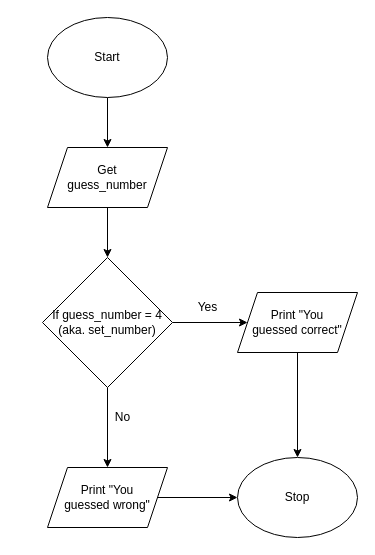
Andrew-Ten-Den/ICS3U-Unit3-03-Python keeps this draw.io diagram as flowchart.drawio. Above is the earlier version. Source tidied: cells renumbered, new cells numbered last; positions are measured from the earlier drawing's top-left corner, leaving out a move shared by most shapes. Both pictures are drawn from the tidied source at 100%, with x=0, y=0 at pixel (42, 17).
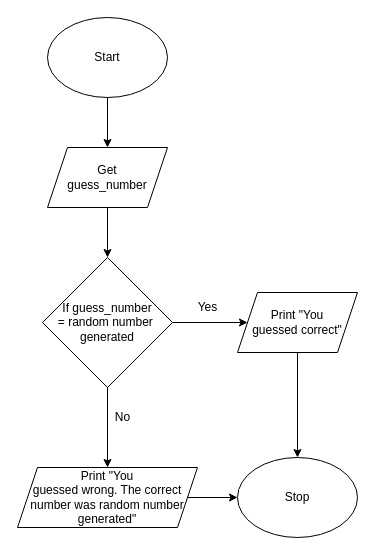
Above is the later version.

Commit message (it also covers changes not shown here):
added flow and topdown

Diff of the diagram source:
```diff
@@
 <mxGraphModel>
   <root>
     <mxCell id="0" />
     <mxCell id="1" parent="0" />
     <mxCell id="2" style="edgeStyle=none;html=1;entryX=0.5;entryY=0;entryDx=0;entryDy=0;" parent="1" edge="1" source="3" target="5">
       <mxGeometry relative="1" as="geometry" />
     </mxCell>
     <mxCell id="3" value="Start" style="ellipse;whiteSpace=wrap;html=1;" parent="1" vertex="1">
       <mxGeometry x="5" width="120" height="80" as="geometry" />
     </mxCell>
     <mxCell id="4" style="edgeStyle=none;html=1;entryX=0.5;entryY=0;entryDx=0;entryDy=0;" parent="1" edge="1" source="5" target="9">
       <mxGeometry relative="1" as="geometry" />
     </mxCell>
     <mxCell id="5" value="Get &lt;br&gt;guess_number" style="shape=parallelogram;perimeter=parallelogramPerimeter;whiteSpace=wrap;html=1;fixedSize=1;" parent="1" vertex="1">
       <mxGeometry x="5" y="130" width="120" height="60" as="geometry" />
     </mxCell>
     <mxCell id="6" value="Stop" style="ellipse;whiteSpace=wrap;html=1;" parent="1" vertex="1">
       <mxGeometry x="195" y="440" width="120" height="80" as="geometry" />
     </mxCell>
     <mxCell id="7" style="edgeStyle=none;html=1;entryX=0.5;entryY=0;entryDx=0;entryDy=0;" parent="1" edge="1" source="9" target="13">
       <mxGeometry relative="1" as="geometry" />
     </mxCell>
     <mxCell id="8" style="edgeStyle=none;html=1;entryX=0;entryY=0.5;entryDx=0;entryDy=0;" parent="1" edge="1" source="9" target="11">
       <mxGeometry relative="1" as="geometry" />
     </mxCell>
-    <mxCell id="9" value="If guess_number = 4 (aka. set_number)" style="rhombus;whiteSpace=wrap;html=1;" parent="1" vertex="1">
+    <mxCell id="9" value="If guess_number &lt;br&gt;= random number&amp;nbsp;&lt;br&gt;generated" style="rhombus;whiteSpace=wrap;html=1;" parent="1" vertex="1">
       <mxGeometry y="240" width="130" height="130" as="geometry" />
     </mxCell>
     <mxCell id="10" style="edgeStyle=none;html=1;entryX=0.5;entryY=0;entryDx=0;entryDy=0;" parent="1" edge="1" source="11" target="6">
       <mxGeometry relative="1" as="geometry" />
     </mxCell>
     <mxCell id="11" value="Print &quot;You &lt;br&gt;guessed correct&quot;" style="shape=parallelogram;perimeter=parallelogramPerimeter;whiteSpace=wrap;html=1;fixedSize=1;" parent="1" vertex="1">
       <mxGeometry x="195" y="275" width="120" height="60" as="geometry" />
     </mxCell>
     <mxCell id="12" style="edgeStyle=none;html=1;entryX=0;entryY=0.5;entryDx=0;entryDy=0;" parent="1" edge="1" source="13" target="6">
       <mxGeometry relative="1" as="geometry" />
     </mxCell>
-    <mxCell id="13" value="Print &quot;You &lt;br&gt;guessed wrong&quot;" style="shape=parallelogram;perimeter=parallelogramPerimeter;whiteSpace=wrap;html=1;fixedSize=1;" parent="1" vertex="1">
-      <mxGeometry x="5" y="450" width="120" height="60" as="geometry" />
+    <mxCell id="13" value="Print &quot;You &lt;br&gt;guessed wrong. The correct number was random number generated&quot;" style="shape=parallelogram;perimeter=parallelogramPerimeter;whiteSpace=wrap;html=1;fixedSize=1;" parent="1" vertex="1">
+      <mxGeometry x="-25" y="450" width="180" height="60" as="geometry" />
     </mxCell>
     <mxCell id="14" value="Yes" style="text;html=1;align=center;verticalAlign=middle;strokeColor=none;fillColor=none;" parent="1" vertex="1">
       <mxGeometry x="150" y="280" width="30" height="20" as="geometry" />
     </mxCell>
     <mxCell id="15" value="No" style="text;html=1;align=center;verticalAlign=middle;strokeColor=none;fillColor=none;" parent="1" vertex="1">
       <mxGeometry x="65" y="390" width="30" height="20" as="geometry" />
     </mxCell>
   </root>
 </mxGraphModel>
```
